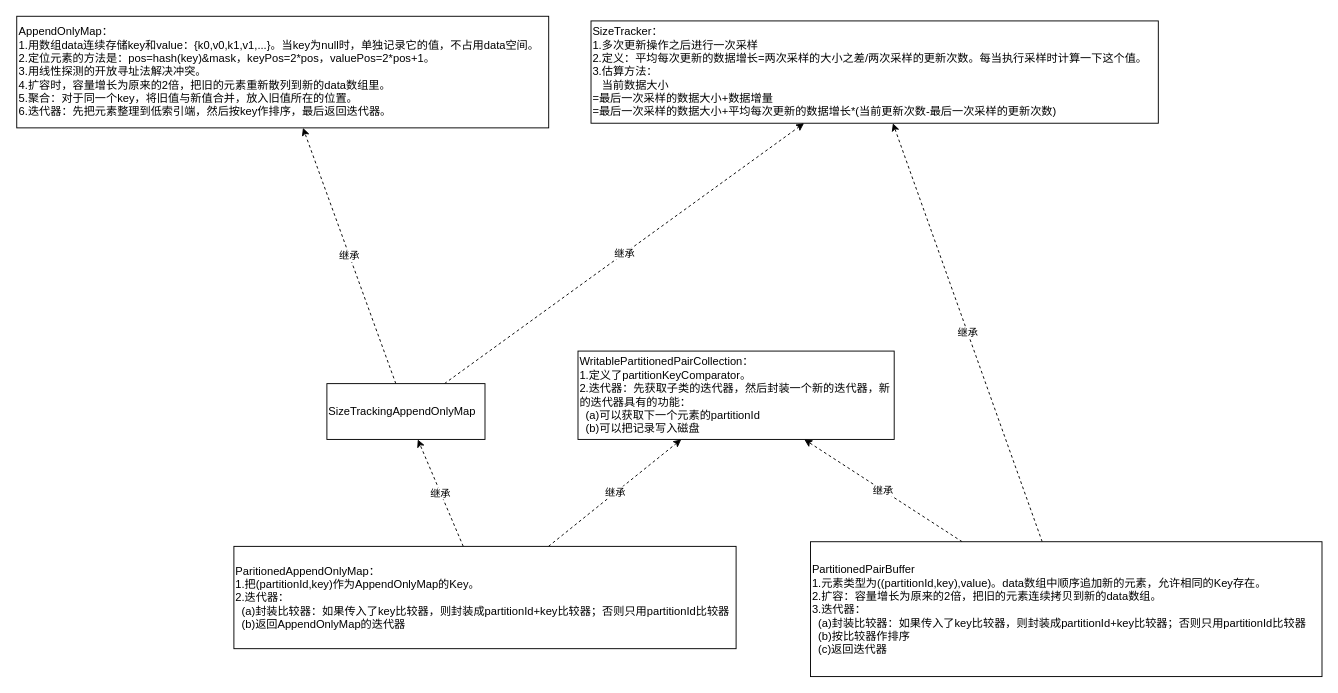
marsno1/notes keeps this draw.io diagram as page "内存集合" (2 of 8) of Spark/源码分析/Spark-Shuffle.drawio. Above is the earlier version. Source tidied: cells renumbered, new cells numbered last; positions are measured from the earlier drawing's top-left corner, leaving out a move shared by most shapes. Both pictures are drawn from the tidied source at 93%, with x=0, y=0 at pixel (16, 16).
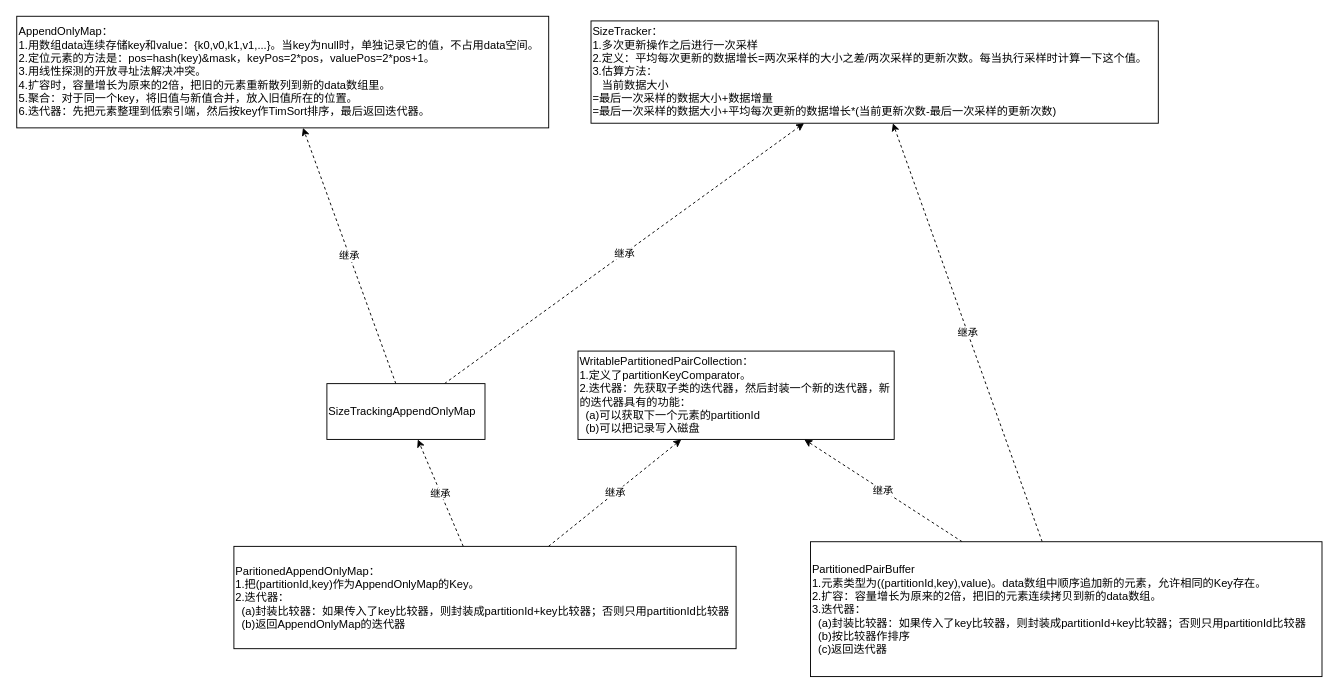
The same page after the edit.

What changed in the source:
```diff
@@
 <mxGraphModel>
   <root>
     <mxCell id="0" />
     <mxCell id="1" parent="0" />
     <mxCell id="2" value="SizeTracker：&lt;br&gt;1.多次更新操作之后进行一次采样&lt;br&gt;2.定义：平均每次更新的数据增长=两次采样的大小之差/两次采样的更新次数。每当执行采样时计算一下这个值。&lt;br&gt;3.估算方法：&lt;br&gt;&amp;nbsp; &amp;nbsp;当前数据大小&lt;br&gt;=最后一次采样的数据大小+数据增量&lt;br&gt;=最后一次采样的数据大小+平均每次更新的数据增长*(当前更新次数-最后一次采样的更新次数)" style="rounded=0;whiteSpace=wrap;html=1;fontFamily=Helvetica;align=left;" parent="1" vertex="1">
       <mxGeometry x="618" y="5" width="610" height="110" as="geometry" />
     </mxCell>
     <mxCell id="3" value="WritablePartitionedPairCollection：&lt;br&gt;1.定义了partitionKeyComparator。&lt;br&gt;2.迭代器：先获取子类的迭代器，然后封装一个新的迭代器，新的迭代器具有的功能：&lt;br&gt;&amp;nbsp; (a)可以获取下一个元素的partitionId&lt;br&gt;&amp;nbsp; (b)可以把记录写入磁盘" style="rounded=0;whiteSpace=wrap;html=1;fontFamily=Helvetica;align=left;" parent="1" vertex="1">
       <mxGeometry x="604" y="360" width="340" height="95" as="geometry" />
     </mxCell>
-    <mxCell id="4" value="AppendOnlyMap：&lt;br&gt;1.用数组data连续存储key和value：{k0,v0,k1,v1,...}。当key为null时，单独记录它的值，不占用data空间。&lt;br&gt;2.定位元素的方法是：pos=hash(key)&amp;amp;mask，keyPos=2*pos，valuePos=2*pos+1。&lt;br&gt;3.用线性探测的开放寻址法解决冲突。&lt;br&gt;4.扩容时，容量增长为原来的2倍，把旧的元素重新散列到新的data数组里。&lt;br&gt;5.聚合：对于同一个key，将旧值与新值合并，放入旧值所在的位置。&lt;br&gt;6.迭代器：先把元素整理到低索引端，然后按key作排序，最后返回迭代器。" style="rounded=0;whiteSpace=wrap;html=1;fontFamily=Helvetica;align=left;" parent="1" vertex="1">
+    <mxCell id="4" value="AppendOnlyMap：&lt;br&gt;1.用数组data连续存储key和value：{k0,v0,k1,v1,...}。当key为null时，单独记录它的值，不占用data空间。&lt;br&gt;2.定位元素的方法是：pos=hash(key)&amp;amp;mask，keyPos=2*pos，valuePos=2*pos+1。&lt;br&gt;3.用线性探测的开放寻址法解决冲突。&lt;br&gt;4.扩容时，容量增长为原来的2倍，把旧的元素重新散列到新的data数组里。&lt;br&gt;5.聚合：对于同一个key，将旧值与新值合并，放入旧值所在的位置。&lt;br&gt;6.迭代器：先把元素整理到低索引端，然后按key作TimSort排序，最后返回迭代器。" style="rounded=0;whiteSpace=wrap;html=1;fontFamily=Helvetica;align=left;" parent="1" vertex="1">
       <mxGeometry x="0.5" width="572" height="120" as="geometry" />
     </mxCell>
     <mxCell id="5" value="继承" style="edgeStyle=none;rounded=0;jettySize=auto;html=1;endArrow=classic;endFill=1;strokeColor=#000000;fontFamily=Helvetica;dashed=1;" parent="1" edge="1" source="7" target="3">
       <mxGeometry relative="1" as="geometry" />
     </mxCell>
     <mxCell id="6" value="继承" style="edgeStyle=none;rounded=0;jettySize=auto;html=1;endArrow=classic;endFill=1;strokeColor=#000000;fontFamily=Helvetica;dashed=1;" parent="1" edge="1" source="7" target="10">
       <mxGeometry relative="1" as="geometry" />
     </mxCell>
     <mxCell id="7" value="ParitionedAppendOnlyMap：&lt;br&gt;1.把(partitionId,key)作为AppendOnlyMap的Key。&lt;br&gt;2.迭代器：&lt;br&gt;&amp;nbsp; (a)封装比较器：如果传入了key比较器，则封装成partitionId+key比较器；否则只用partitionId比较器&lt;br&gt;&amp;nbsp; (b)返回AppendOnlyMap的迭代器" style="rounded=0;whiteSpace=wrap;html=1;fontFamily=Helvetica;align=left;" parent="1" vertex="1">
       <mxGeometry x="234" y="570" width="540" height="110" as="geometry" />
     </mxCell>
     <mxCell id="8" value="继承" style="edgeStyle=none;rounded=0;jettySize=auto;html=1;endArrow=classic;endFill=1;strokeColor=#000000;fontFamily=Helvetica;dashed=1;" parent="1" edge="1" source="10" target="4">
       <mxGeometry relative="1" as="geometry" />
     </mxCell>
     <mxCell id="9" value="继承" style="edgeStyle=none;rounded=0;jettySize=auto;html=1;endArrow=classic;endFill=1;strokeColor=#000000;fontFamily=Helvetica;dashed=1;" parent="1" edge="1" source="10" target="2">
       <mxGeometry relative="1" as="geometry" />
     </mxCell>
     <mxCell id="10" value="SizeTrackingAppendOnlyMap" style="rounded=0;whiteSpace=wrap;html=1;fontFamily=Helvetica;align=left;" parent="1" vertex="1">
       <mxGeometry x="334" y="395" width="170" height="60" as="geometry" />
     </mxCell>
     <mxCell id="11" value="继承" style="edgeStyle=none;rounded=0;jettySize=auto;html=1;endArrow=classic;endFill=1;strokeColor=#000000;fontFamily=Helvetica;dashed=1;" parent="1" edge="1" source="13" target="3">
       <mxGeometry relative="1" as="geometry" />
     </mxCell>
     <mxCell id="12" value="继承" style="edgeStyle=none;rounded=0;jettySize=auto;html=1;endArrow=classic;endFill=1;strokeColor=#000000;fontFamily=Helvetica;dashed=1;" parent="1" edge="1" source="13" target="2">
       <mxGeometry relative="1" as="geometry" />
     </mxCell>
     <mxCell id="13" value="PartitionedPairBuffer&lt;br&gt;1.元素类型为((partitionId,key),value)。data数组中顺序追加新的元素，允许相同的Key存在。&lt;br&gt;2.扩容：容量增长为原来的2倍，把旧的元素连续拷贝到新的data数组。&lt;br&gt;3.迭代器：&lt;br&gt;&amp;nbsp; (a)封装比较器：如果传入了key比较器，则封装成partitionId+key比较器；否则只用partitionId比较器&lt;br&gt;&amp;nbsp; (b)按比较器作排序&lt;br&gt;&amp;nbsp; (c)返回迭代器" style="rounded=0;whiteSpace=wrap;html=1;fontFamily=Helvetica;align=left;" parent="1" vertex="1">
       <mxGeometry x="854" y="565" width="550" height="145" as="geometry" />
     </mxCell>
   </root>
 </mxGraphModel>
```
